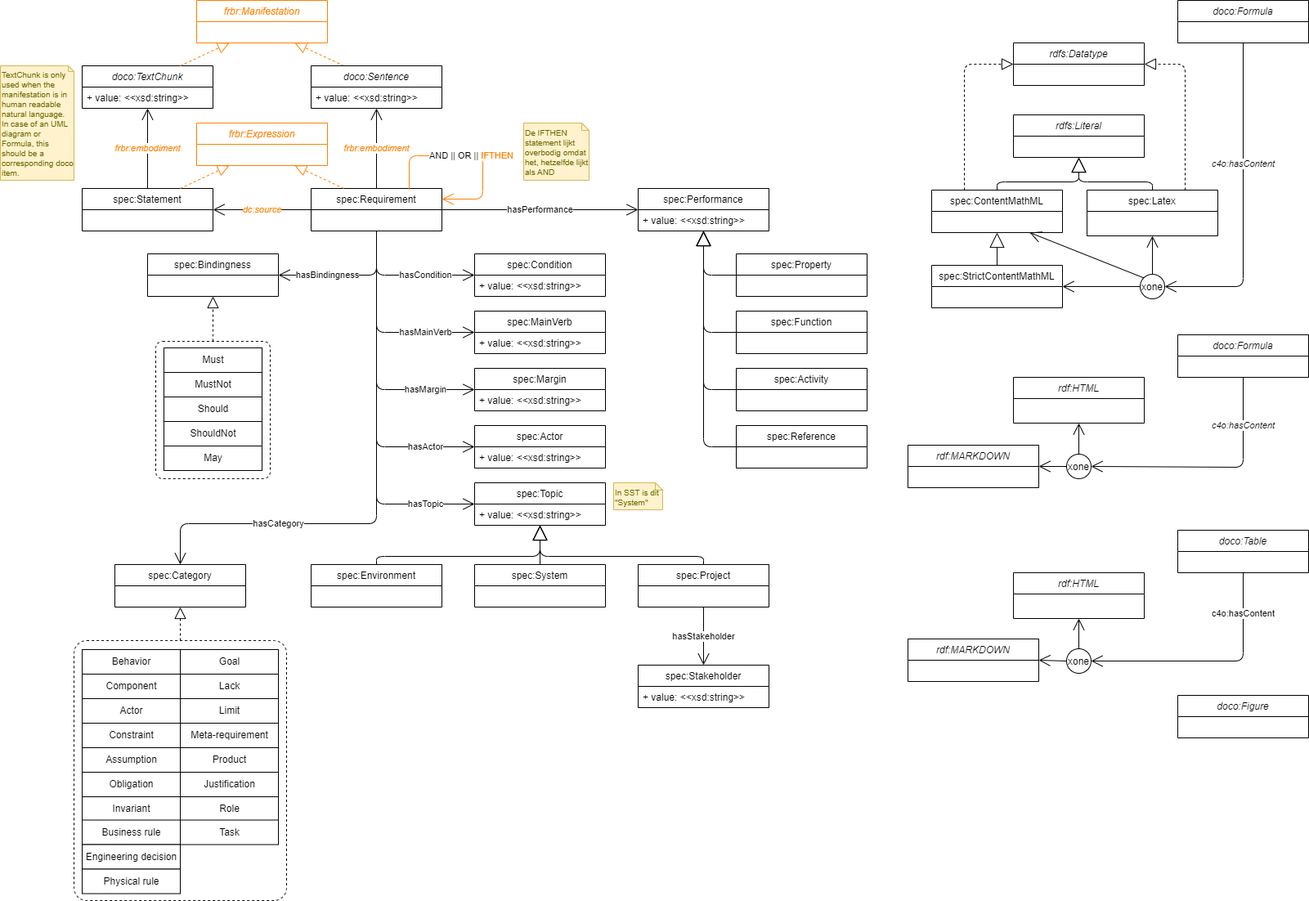
Earlier version of the draw.io export docs/model.drawio.png (Netherlands-Standardization-Institute/spec). Source tidied: cells renumbered, new cells last; positions are measured from the earlier drawing's top-left corner, leaving out a move shared by most shapes.
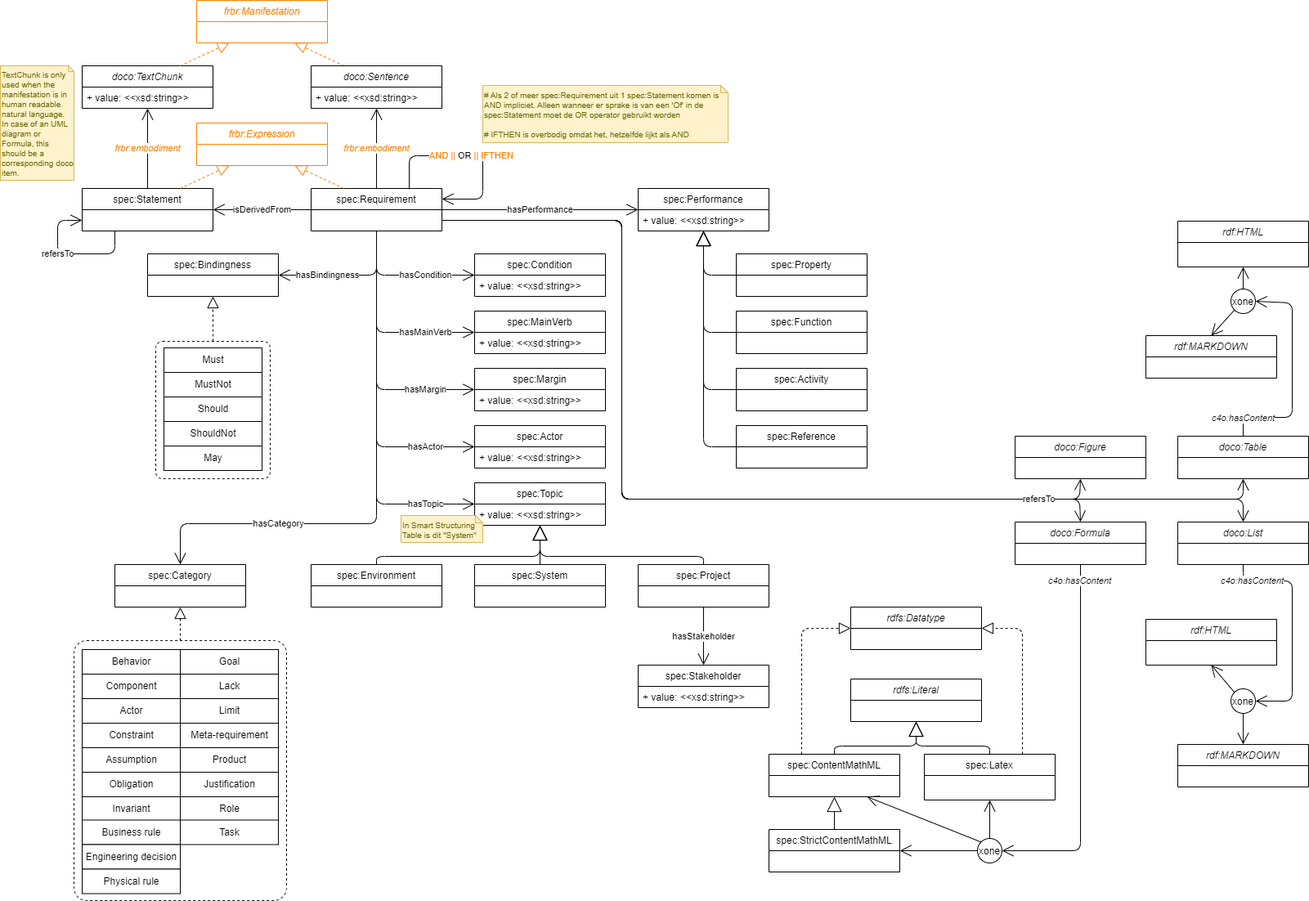
After the commit.

Commit message:
nieuwe relaties

What changed in the source:
```diff
@@ -17,7 +17,7 @@
     <mxCell id="6" value="+ value: &lt;&lt;xsd:string&gt;&gt;" style="text;strokeColor=none;fillColor=none;align=left;verticalAlign=top;spacingLeft=4;spacingRight=4;overflow=hidden;" parent="5" vertex="1">
       <mxGeometry y="26" width="160" height="26" as="geometry" />
     </mxCell>
-    <mxCell id="7" value="AND || OR || &lt;font color=&quot;#ff8000&quot;&gt;IFTHEN&lt;/font&gt;" style="endArrow=open;endFill=1;endSize=12;html=1;exitX=0.75;exitY=0;exitDx=0;exitDy=0;entryX=1;entryY=0.25;entryDx=0;entryDy=0;strokeColor=#FF8000;" parent="1" edge="1" target="4">
+    <mxCell id="7" value="&lt;font color=&quot;#ff8000&quot;&gt;AND || &lt;/font&gt;OR &lt;font color=&quot;#ff8000&quot;&gt;|| IFTHEN&lt;/font&gt;" style="endArrow=open;endFill=1;endSize=12;html=1;exitX=0.75;exitY=0;exitDx=0;exitDy=0;entryX=1;entryY=0.25;entryDx=0;entryDy=0;strokeColor=#000000;" parent="1" edge="1" target="4">
       <mxGeometry relative="1" as="geometry">
         <mxPoint x="500" y="231" as="sourcePoint" />
         <Array as="points">
@@ -27,7 +27,7 @@
         </Array>
       </mxGeometry>
     </mxCell>
-    <mxCell id="8" value="dc:source" style="endArrow=open;endFill=1;endSize=12;html=1;exitX=0;exitY=0.5;exitDx=0;exitDy=0;entryX=1;entryY=0.5;entryDx=0;entryDy=0;fontColor=#FF8000;fontStyle=2;" parent="1" edge="1" source="4" target="3">
+    <mxCell id="8" value="&lt;span style=&quot;font-style: normal;&quot;&gt;&lt;font color=&quot;#000000&quot;&gt;isDerivedFrom&lt;/font&gt;&lt;/span&gt;" style="endArrow=open;endFill=1;endSize=12;html=1;exitX=0;exitY=0.5;exitDx=0;exitDy=0;entryX=1;entryY=0.5;entryDx=0;entryDy=0;fontColor=#FF8000;fontStyle=2;" parent="1" edge="1" source="4" target="3">
       <mxGeometry relative="1" as="geometry" />
     </mxCell>
     <mxCell id="9" value="spec:Bindingness" style="swimlane;fontStyle=0;horizontal=1;startSize=26;fillColor=none;" parent="1" vertex="1">
@@ -153,68 +153,68 @@
       </mxGeometry>
     </mxCell>
     <mxCell id="35" value="doco:Figure" style="swimlane;fontStyle=2;horizontal=1;startSize=26;fillColor=none;" parent="1" vertex="1">
-      <mxGeometry x="1440" y="850" width="160" height="52" as="geometry" />
+      <mxGeometry x="1241" y="533" width="160" height="52" as="geometry" />
     </mxCell>
     <mxCell id="36" value="doco:Formula" style="swimlane;fontStyle=2;horizontal=1;startSize=26;fillColor=none;" parent="1" vertex="1">
-      <mxGeometry x="1440" width="160" height="52" as="geometry" />
+      <mxGeometry x="1241" y="638" width="160" height="52" as="geometry" />
     </mxCell>
     <mxCell id="37" value="spec:StrictContentMathML" style="swimlane;fontStyle=0;horizontal=1;startSize=26;fillColor=none;" parent="1" vertex="1">
-      <mxGeometry x="1139" y="324" width="160" height="52" as="geometry" />
+      <mxGeometry x="940" y="1014" width="160" height="52" as="geometry" />
     </mxCell>
     <mxCell id="38" value="spec:ContentMathML" style="swimlane;fontStyle=0;horizontal=1;startSize=26;fillColor=none;" parent="1" vertex="1">
-      <mxGeometry x="1139" y="232" width="160" height="52" as="geometry" />
+      <mxGeometry x="940" y="922" width="160" height="52" as="geometry" />
     </mxCell>
     <mxCell id="39" value="spec:Latex" style="swimlane;fontStyle=0;horizontal=1;startSize=26;fillColor=none;" parent="1" vertex="1">
-      <mxGeometry x="1329" y="232" width="160" height="56" as="geometry" />
+      <mxGeometry x="1130" y="922" width="160" height="56" as="geometry" />
     </mxCell>
     <mxCell id="40" style="endArrow=block;endSize=16;endFill=0;html=1;entryX=0.5;entryY=1;entryDx=0;entryDy=0;exitX=0.5;exitY=0;exitDx=0;exitDy=0;" parent="1" edge="1" source="37" target="38">
       <mxGeometry relative="1" as="geometry" />
     </mxCell>
     <mxCell id="41" value="rdfs:Literal" style="swimlane;fontStyle=2;horizontal=1;startSize=26;fillColor=none;" parent="1" vertex="1">
-      <mxGeometry x="1239" y="140" width="160" height="52" as="geometry" />
+      <mxGeometry x="1040" y="830" width="160" height="52" as="geometry" />
     </mxCell>
     <mxCell id="42" style="endArrow=block;endSize=16;endFill=0;html=1;entryX=0.5;entryY=1;entryDx=0;entryDy=0;exitX=0.5;exitY=0;exitDx=0;exitDy=0;" parent="1" edge="1" source="38" target="41">
       <mxGeometry relative="1" as="geometry">
         <Array as="points">
-          <mxPoint x="1219" y="222" />
-          <mxPoint x="1319" y="222" />
+          <mxPoint x="1020" y="912" />
+          <mxPoint x="1120" y="912" />
         </Array>
       </mxGeometry>
     </mxCell>
     <mxCell id="43" style="endArrow=block;endSize=16;endFill=0;html=1;exitX=0.5;exitY=0;exitDx=0;exitDy=0;entryX=0.5;entryY=1;entryDx=0;entryDy=0;" parent="1" edge="1" source="39" target="41">
       <mxGeometry relative="1" as="geometry">
         <Array as="points">
-          <mxPoint x="1409" y="222" />
-          <mxPoint x="1319" y="222" />
+          <mxPoint x="1210" y="912" />
+          <mxPoint x="1120" y="912" />
         </Array>
       </mxGeometry>
     </mxCell>
     <mxCell id="44" value="rdfs:Datatype" style="swimlane;fontStyle=2;horizontal=1;startSize=26;fillColor=none;" parent="1" vertex="1">
-      <mxGeometry x="1239" y="52" width="160" height="52" as="geometry" />
+      <mxGeometry x="1040" y="742" width="160" height="52" as="geometry" />
     </mxCell>
     <mxCell id="45" style="endArrow=block;dashed=1;endFill=0;endSize=12;html=1;entryX=0;entryY=0.5;entryDx=0;entryDy=0;exitX=0.25;exitY=0;exitDx=0;exitDy=0;" parent="1" edge="1" source="38" target="44">
       <mxGeometry relative="1" as="geometry">
         <Array as="points">
-          <mxPoint x="1179" y="78" />
+          <mxPoint x="980" y="768" />
         </Array>
       </mxGeometry>
     </mxCell>
     <mxCell id="46" style="endArrow=block;dashed=1;endFill=0;endSize=12;html=1;entryX=1;entryY=0.5;entryDx=0;entryDy=0;exitX=0.75;exitY=0;exitDx=0;exitDy=0;" parent="1" edge="1" source="39" target="44">
       <mxGeometry relative="1" as="geometry">
         <Array as="points">
-          <mxPoint x="1449" y="78" />
+          <mxPoint x="1250" y="768" />
         </Array>
       </mxGeometry>
     </mxCell>
     <mxCell id="47" value="c4o:hasContent" style="endArrow=open;endFill=1;endSize=12;html=1;exitX=0.5;exitY=1;exitDx=0;exitDy=0;entryX=1;entryY=0.5;entryDx=0;entryDy=0;fontStyle=2;" parent="1" edge="1" source="36" target="48">
-      <mxGeometry x="-0.25" relative="1" as="geometry">
+      <mxGeometry x="-0.91" y="-1" relative="1" as="geometry">
         <Array as="points">
-          <mxPoint x="1520" y="350" />
+          <mxPoint x="1321" y="1040" />
         </Array>
       </mxGeometry>
     </mxCell>
     <mxCell id="48" value="xone" style="ellipse;fillColor=rgb(255, 255, 255);" parent="1" vertex="1">
-      <mxGeometry x="1394" y="335" width="30" height="30" as="geometry" />
+      <mxGeometry x="1195" y="1025" width="30" height="30" as="geometry" />
     </mxCell>
     <mxCell id="49" style="endArrow=open;endFill=1;endSize=12;html=1;exitX=0.5;exitY=0;exitDx=0;exitDy=0;entryX=0.5;entryY=1;entryDx=0;entryDy=0;" parent="1" edge="1" source="48" target="39">
       <mxGeometry relative="1" as="geometry" />
@@ -225,55 +225,58 @@
     <mxCell id="51" style="endArrow=open;endFill=1;endSize=12;html=1;exitX=0;exitY=0;exitDx=0;exitDy=0;entryX=0.75;entryY=1;entryDx=0;entryDy=0;" parent="1" edge="1" source="48" target="38">
       <mxGeometry relative="1" as="geometry" />
     </mxCell>
-    <mxCell id="52" value="doco:Formula" style="swimlane;fontStyle=2;horizontal=1;startSize=26;fillColor=none;" parent="1" vertex="1">
-      <mxGeometry x="1440" y="409" width="160" height="52" as="geometry" />
+    <mxCell id="52" value="doco:List" style="swimlane;fontStyle=2;horizontal=1;startSize=26;fillColor=none;" parent="1" vertex="1">
+      <mxGeometry x="1440" y="638" width="160" height="52" as="geometry" />
     </mxCell>
     <mxCell id="53" value="rdf:MARKDOWN" style="swimlane;fontStyle=2;horizontal=1;startSize=26;fillColor=none;" parent="1" vertex="1">
-      <mxGeometry x="1110" y="544" width="160" height="52" as="geometry" />
+      <mxGeometry x="1440" y="910" width="160" height="52" as="geometry" />
     </mxCell>
     <mxCell id="54" value="rdf:HTML" style="swimlane;fontStyle=2;horizontal=1;startSize=26;fillColor=none;" parent="1" vertex="1">
-      <mxGeometry x="1239" y="461" width="160" height="56" as="geometry" />
+      <mxGeometry x="1401" y="757" width="160" height="56" as="geometry" />
     </mxCell>
     <mxCell id="55" value="c4o:hasContent" style="endArrow=open;endFill=1;endSize=12;html=1;entryX=1;entryY=0.5;entryDx=0;entryDy=0;fontStyle=2;exitX=0.5;exitY=1;exitDx=0;exitDy=0;" parent="1" edge="1" source="52" target="56">
-      <mxGeometry x="-0.6" relative="1" as="geometry">
+      <mxGeometry x="-0.77" relative="1" as="geometry">
         <Array as="points">
-          <mxPoint x="1520" y="461" />
-          <mxPoint x="1520" y="571" />
+          <mxPoint x="1520" y="710" />
+          <mxPoint x="1580" y="710" />
+          <mxPoint x="1580" y="857" />
         </Array>
       </mxGeometry>
     </mxCell>
     <mxCell id="56" value="xone" style="ellipse;fillColor=rgb(255, 255, 255);" parent="1" vertex="1">
-      <mxGeometry x="1304" y="555" width="30" height="30" as="geometry" />
+      <mxGeometry x="1505" y="842" width="30" height="30" as="geometry" />
     </mxCell>
-    <mxCell id="57" style="endArrow=open;endFill=1;endSize=12;html=1;exitX=0.5;exitY=0;exitDx=0;exitDy=0;entryX=0.5;entryY=1;entryDx=0;entryDy=0;" parent="1" edge="1" source="56" target="54">
+    <mxCell id="57" style="endArrow=open;endFill=1;endSize=12;html=1;exitX=0;exitY=0;exitDx=0;exitDy=0;entryX=0.5;entryY=1;entryDx=0;entryDy=0;" parent="1" edge="1" source="56" target="54">
       <mxGeometry relative="1" as="geometry" />
     </mxCell>
-    <mxCell id="58" style="endArrow=open;endFill=1;endSize=12;html=1;exitX=0;exitY=0.5;exitDx=0;exitDy=0;entryX=1;entryY=0.5;entryDx=0;entryDy=0;" parent="1" edge="1" source="56" target="53">
+    <mxCell id="58" style="endArrow=open;endFill=1;endSize=12;html=1;exitX=0.5;exitY=1;exitDx=0;exitDy=0;entryX=0.5;entryY=0;entryDx=0;entryDy=0;" parent="1" edge="1" source="56" target="53">
       <mxGeometry relative="1" as="geometry" />
     </mxCell>
     <mxCell id="59" value="doco:Table" style="swimlane;fontStyle=2;horizontal=1;startSize=26;fillColor=none;" parent="1" vertex="1">
-      <mxGeometry x="1440" y="648" width="160" height="52" as="geometry" />
+      <mxGeometry x="1440" y="533" width="160" height="52" as="geometry" />
     </mxCell>
     <mxCell id="60" value="rdf:MARKDOWN" style="swimlane;fontStyle=2;horizontal=1;startSize=26;fillColor=none;" parent="1" vertex="1">
-      <mxGeometry x="1110" y="781" width="160" height="52" as="geometry" />
+      <mxGeometry x="1401" y="410" width="160" height="52" as="geometry" />
     </mxCell>
     <mxCell id="61" value="rdf:HTML" style="swimlane;fontStyle=2;horizontal=1;startSize=26;fillColor=none;" parent="1" vertex="1">
-      <mxGeometry x="1239" y="700" width="160" height="56" as="geometry" />
+      <mxGeometry x="1440" y="270" width="160" height="56" as="geometry" />
     </mxCell>
-    <mxCell id="62" value="c4o:hasContent" style="endArrow=open;endFill=1;endSize=12;html=1;entryX=1;entryY=0.5;entryDx=0;entryDy=0;exitX=0.5;exitY=1;exitDx=0;exitDy=0;" parent="1" edge="1" source="59" target="63">
-      <mxGeometry x="-0.66" relative="1" as="geometry">
+    <mxCell id="62" value="&lt;i&gt;c4o:hasContent&lt;/i&gt;" style="endArrow=open;endFill=1;endSize=12;html=1;entryX=1;entryY=0.5;entryDx=0;entryDy=0;exitX=0.5;exitY=0;exitDx=0;exitDy=0;" parent="1" edge="1" source="59" target="63">
+      <mxGeometry x="-0.83" relative="1" as="geometry">
         <Array as="points">
-          <mxPoint x="1520" y="808" />
+          <mxPoint x="1520" y="510" />
+          <mxPoint x="1580" y="510" />
+          <mxPoint x="1580" y="370" />
         </Array>
       </mxGeometry>
     </mxCell>
     <mxCell id="63" value="xone" style="ellipse;fillColor=rgb(255, 255, 255);" parent="1" vertex="1">
-      <mxGeometry x="1304" y="793" width="30" height="30" as="geometry" />
+      <mxGeometry x="1505" y="353" width="30" height="30" as="geometry" />
     </mxCell>
     <mxCell id="64" style="endArrow=open;endFill=1;endSize=12;html=1;exitX=0.5;exitY=0;exitDx=0;exitDy=0;entryX=0.5;entryY=1;entryDx=0;entryDy=0;" parent="1" edge="1" source="63" target="61">
       <mxGeometry relative="1" as="geometry" />
     </mxCell>
-    <mxCell id="65" style="endArrow=open;endFill=1;endSize=12;html=1;exitX=0;exitY=0.5;exitDx=0;exitDy=0;entryX=1;entryY=0.5;entryDx=0;entryDy=0;" parent="1" edge="1" source="63" target="60">
+    <mxCell id="65" style="endArrow=open;endFill=1;endSize=12;html=1;exitX=0;exitY=1;exitDx=0;exitDy=0;entryX=0.5;entryY=0;entryDx=0;entryDy=0;" parent="1" edge="1" source="63" target="60">
       <mxGeometry relative="1" as="geometry" />
     </mxCell>
     <mxCell id="66" value="frbr:Expression" style="swimlane;fontStyle=2;horizontal=1;startSize=26;fillColor=none;strokeColor=#FF8000;fontColor=#FF8000;" parent="1" vertex="1">
@@ -353,8 +356,8 @@
         </Array>
       </mxGeometry>
     </mxCell>
-    <mxCell id="87" value="In SST is dit &quot;System&quot;" style="shape=note;strokeWidth=1;fontSize=10;size=9;whiteSpace=wrap;html=1;fillColor=#fff2cc;strokeColor=#d6b656;fontColor=#666600;align=left;verticalAlign=top;" parent="1" vertex="1">
-      <mxGeometry x="750" y="590" width="60" height="33" as="geometry" />
+    <mxCell id="87" value="In Smart Structuring Table is dit &quot;System&quot;" style="shape=note;strokeWidth=1;fontSize=10;size=9;whiteSpace=wrap;html=1;fillColor=#fff2cc;strokeColor=#d6b656;fontColor=#666600;align=left;verticalAlign=top;" parent="1" vertex="1">
+      <mxGeometry x="490" y="630" width="100" height="33" as="geometry" />
     </mxCell>
     <mxCell id="88" value="hasStakeholder" style="endArrow=open;endFill=1;endSize=12;html=1;exitX=0.5;exitY=1;exitDx=0;exitDy=0;entryX=0.5;entryY=0;entryDx=0;entryDy=0;" parent="1" edge="1" source="80" target="83">
       <mxGeometry relative="1" as="geometry" />
@@ -454,8 +457,53 @@
         </Array>
       </mxGeometry>
     </mxCell>
-    <mxCell id="119" value="De IFTHEN statement lijkt overbodig omdat het, hetzelfde lijkt als AND" style="shape=note;strokeWidth=1;fontSize=10;size=9;whiteSpace=wrap;html=1;fillColor=#fff2cc;strokeColor=#d6b656;fontColor=#666600;align=left;verticalAlign=top;" parent="1" vertex="1">
-      <mxGeometry x="640" y="150" width="80" height="70" as="geometry" />
+    <mxCell id="119" value="# Als 2 of meer spec:Requirement uit 1 spec:Statement komen is AND impliciet. Alleen wanneer er sprake is van een 'Of' in de spec:Statement moet de OR operator gebruikt worden&lt;br&gt;&lt;br&gt;# IFTHEN is overbodig omdat het, hetzelfde lijkt als AND" style="shape=note;strokeWidth=1;fontSize=10;size=9;whiteSpace=wrap;html=1;fillColor=#fff2cc;strokeColor=#d6b656;fontColor=#666600;align=left;verticalAlign=top;" parent="1" vertex="1">
+      <mxGeometry x="590" y="104" width="300" height="70" as="geometry" />
     </mxCell>
+    <mxCell id="120" value="refersTo" style="endArrow=open;endFill=1;endSize=12;html=1;exitX=0.25;exitY=1;exitDx=0;exitDy=0;entryX=0;entryY=0.75;entryDx=0;entryDy=0;" parent="1" edge="1" source="3" target="3">
+      <mxGeometry x="0.16" relative="1" as="geometry">
+        <Array as="points">
+          <mxPoint x="140" y="310" />
+          <mxPoint x="70" y="310" />
+          <mxPoint x="70" y="269" />
+        </Array>
+      </mxGeometry>
+    </mxCell>
+    <mxCell id="121" style="endArrow=open;endFill=1;endSize=12;html=1;exitX=1;exitY=0.75;exitDx=0;exitDy=0;entryX=0.5;entryY=1;entryDx=0;entryDy=0;" parent="1" edge="1" source="4" target="35">
+      <mxGeometry x="0.8" relative="1" as="geometry">
+        <Array as="points">
+          <mxPoint x="760" y="269" />
+          <mxPoint x="760" y="610" />
+          <mxPoint x="1320" y="610" />
+        </Array>
+      </mxGeometry>
+    </mxCell>
+    <mxCell id="122" style="endArrow=open;endFill=1;endSize=12;html=1;exitX=1;exitY=0.75;exitDx=0;exitDy=0;entryX=0.5;entryY=0;entryDx=0;entryDy=0;" parent="1" edge="1" source="4" target="52">
+      <mxGeometry x="0.57" relative="1" as="geometry">
+        <Array as="points">
+          <mxPoint x="760" y="269" />
+          <mxPoint x="760" y="610" />
+          <mxPoint x="1520" y="610" />
+        </Array>
+      </mxGeometry>
+    </mxCell>
+    <mxCell id="123" style="endArrow=open;endFill=1;endSize=12;html=1;exitX=1;exitY=0.75;exitDx=0;exitDy=0;entryX=0.5;entryY=0;entryDx=0;entryDy=0;" parent="1" edge="1" source="4" target="36">
+      <mxGeometry x="0.8" relative="1" as="geometry">
+        <Array as="points">
+          <mxPoint x="760" y="269" />
+          <mxPoint x="760" y="610" />
+          <mxPoint x="1320" y="610" />
+        </Array>
+      </mxGeometry>
+    </mxCell>
+    <mxCell id="124" value="refersTo" style="endArrow=open;endFill=1;endSize=12;html=1;exitX=1;exitY=0.75;exitDx=0;exitDy=0;entryX=0.5;entryY=1;entryDx=0;entryDy=0;" parent="1" edge="1" source="4" target="59">
+      <mxGeometry x="0.59" relative="1" as="geometry">
+        <Array as="points">
+          <mxPoint x="760" y="269" />
+          <mxPoint x="760" y="610" />
+          <mxPoint x="1520" y="610" />
+        </Array>
+      </mxGeometry>
+    </mxCell>
   </root>
 </mxGraphModel>
```
